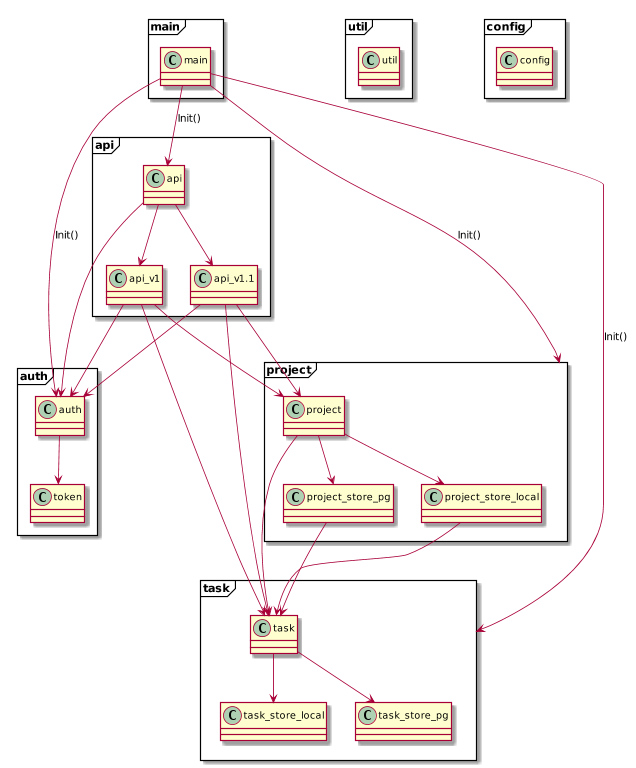
The PlantUML diagram doc/architecture/server-diagram.png in hauke96/simple-task-manager, before a commit. Source of this version:
```plantuml
@startuml

package main <<Frame>> {
    class main.main
}

package util <<Frame>> {
    class util.util
}

package config <<Frame>> {
    class config.config
}

package api <<Frame>> {
    class api.api {
    }
    class api.api_v1 {
    }
    class api.api_v1.1 {
    }

    api.api --> api.api_v1
    api.api --> api.api_v1.1

    api.api_v1 --> project.project
    api.api_v1.1 --> project.project

    api.api_v1 --> task.task
    api.api_v1.1 --> task.task
}

package auth <<Frame>> {
    class auth.auth {
    }

    class auth.token {
    }

    auth.auth --> auth.token
}

package project <<Frame>> {
    class project.project {
    }

    class project.project_store_local {
    }

    class project.project_store_pg {
    }

    project.project --> project_store_local
    project.project --> project_store_pg
}

package task <<Frame>> {
    class task.task {
    }

    class task.task_store_local {
    }

    class task.task_store_pg {
    }

    task.task --> task_store_local
    task.task --> task_store_pg
}

main.main --> api.api : Init()
main.main --> auth.auth : Init()
main.main --> project : Init()
main.main --> task : Init()

api.api --> auth.auth
api.api_v1 --> auth.auth
api.api_v1.1 --> auth.auth

project.project --> task.task
project.project_store_local --> task.task
project.project_store_pg --> task.task


@enduml
```
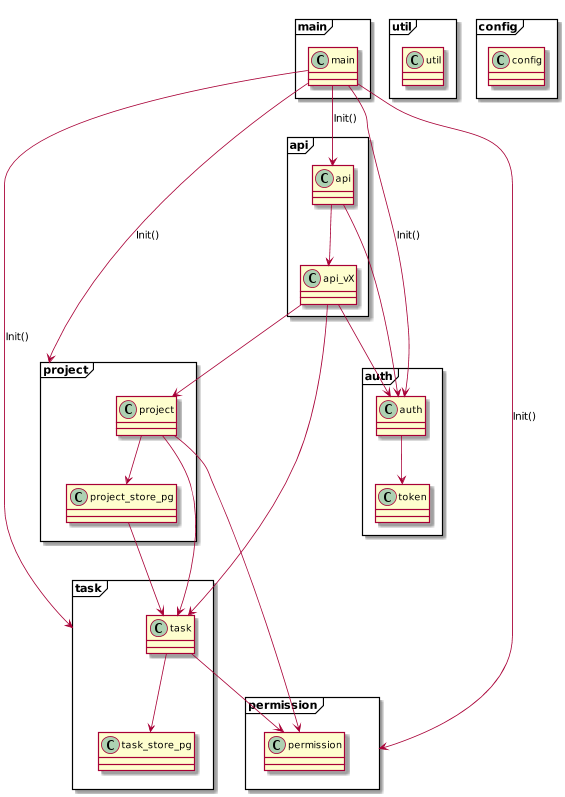
The same file after the commit.

The edit, as a diff of the source:
```diff
@@ -15,19 +15,13 @@
 package api <<Frame>> {
     class api.api {
     }
-    class api.api_v1 {
-    }
-    class api.api_v1.1 {
+    class api.api_vX {
     }
 
-    api.api --> api.api_v1
-    api.api --> api.api_v1.1
+    api.api --> api.api_vX
 
-    api.api_v1 --> project.project
-    api.api_v1.1 --> project.project
-
-    api.api_v1 --> task.task
-    api.api_v1.1 --> task.task
+    api.api_vX --> project.project
+    api.api_vX --> task.task
 }
 
 package auth <<Frame>> {
@@ -44,13 +38,9 @@
     class project.project {
     }
 
-    class project.project_store_local {
-    }
-
     class project.project_store_pg {
     }
 
-    project.project --> project_store_local
     project.project --> project_store_pg
 }
 
@@ -58,27 +48,30 @@
     class task.task {
     }
 
-    class task.task_store_local {
-    }
-
     class task.task_store_pg {
     }
 
-    task.task --> task_store_local
     task.task --> task_store_pg
+}
+
+package permission <<Frame>> {
+    class permission.permission{
+    }
 }
 
 main.main --> api.api : Init()
 main.main --> auth.auth : Init()
 main.main --> project : Init()
 main.main --> task : Init()
+main.main --> permission : Init()
 
 api.api --> auth.auth
-api.api_v1 --> auth.auth
-api.api_v1.1 --> auth.auth
+api.api_vX --> auth.auth
+
+task.task --> permission.permission
 
 project.project --> task.task
-project.project_store_local --> task.task
+project.project --> permission.permission
 project.project_store_pg --> task.task
 
 
```
